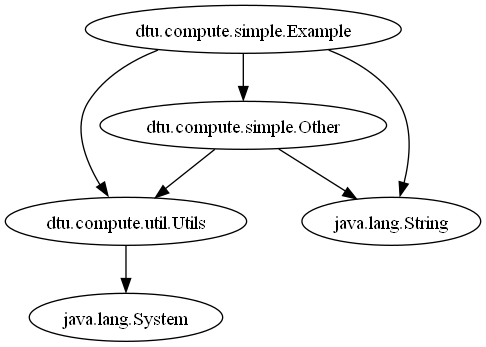
Before: result.png, a diagram exported from Graphviz (wcbup/Class-Diagram). Its source is kept beside it as result.dot. The source it was exported from:
```dot
digraph SourceGra {
x0 [label = "dtu.compute.simple.Example";
]x1 [label = "dtu.compute.util.Utils";
]x2 [label = "java.lang.String";
]x3 [label = "dtu.compute.simple.Other";
]x4 [label = "java.lang.System";
]x0 -> x1;
x0 -> x2;
x0 -> x3;
x3 -> x2;
x3 -> x1;
x1 -> x4;
}
```
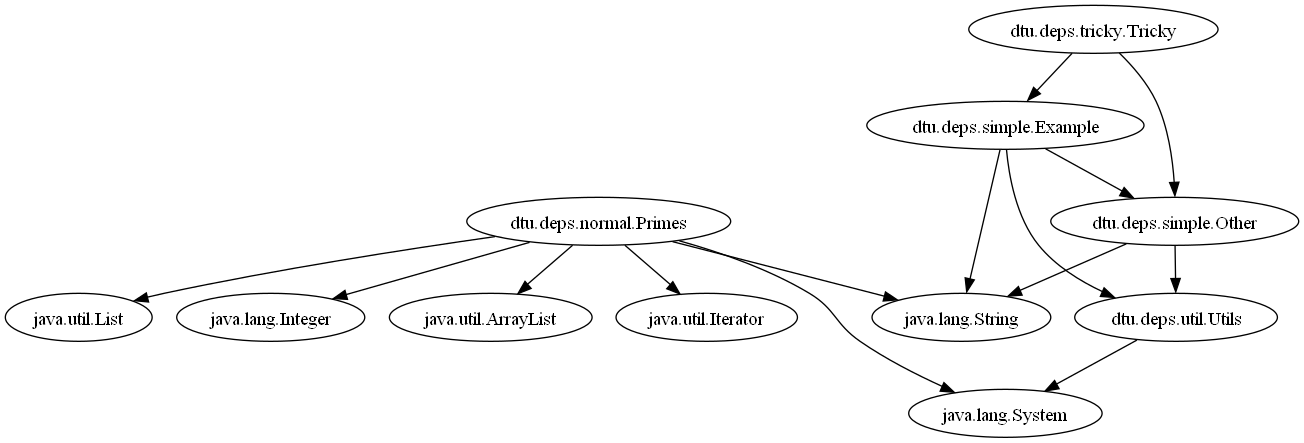
After the commit.

Change to the diagram source:
```diff
@@ -1,13 +1,27 @@
 digraph SourceGra {
-x0 [label = "dtu.compute.simple.Example";
-]x1 [label = "dtu.compute.util.Utils";
-]x2 [label = "java.lang.String";
-]x3 [label = "dtu.compute.simple.Other";
-]x4 [label = "java.lang.System";
+x0 [label = "dtu.deps.normal.Primes";
+]x1 [label = "java.util.ArrayList";
+]x2 [label = "java.util.Iterator";
+]x3 [label = "java.util.List";
+]x4 [label = "java.lang.Integer";
+]x5 [label = "java.lang.String";
+]x6 [label = "java.lang.System";
+]x7 [label = "dtu.deps.simple.Example";
+]x8 [label = "dtu.deps.util.Utils";
+]x9 [label = "dtu.deps.simple.Other";
+]x10 [label = "dtu.deps.tricky.Tricky";
 ]x0 -> x1;
 x0 -> x2;
 x0 -> x3;
-x3 -> x2;
-x3 -> x1;
-x1 -> x4;
+x0 -> x4;
+x0 -> x5;
+x0 -> x6;
+x7 -> x8;
+x7 -> x5;
+x7 -> x9;
+x9 -> x5;
+x9 -> x8;
+x10 -> x7;
+x10 -> x9;
+x8 -> x6;
 }
```
